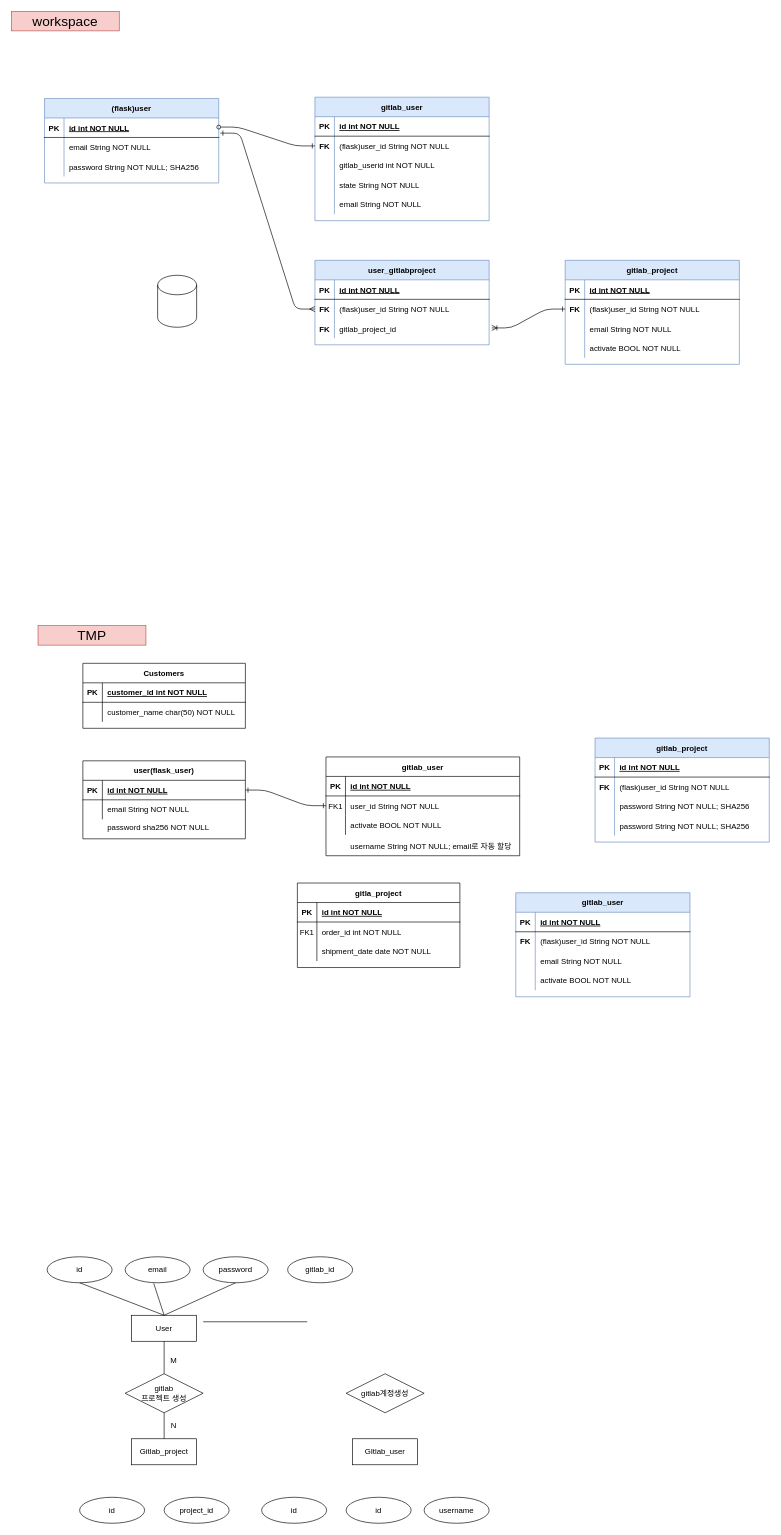
Before: SRM_project/documentation/entinity.drawio in choisungwook/portfolio, a draw.io diagram. Source tidied: cells renumbered, new cells numbered last; positions are measured from the earlier drawing's top-left corner, leaving out a move shared by most shapes. Both pictures are drawn from the tidied source at 65%, with x=0, y=0 at pixel (11, 11).
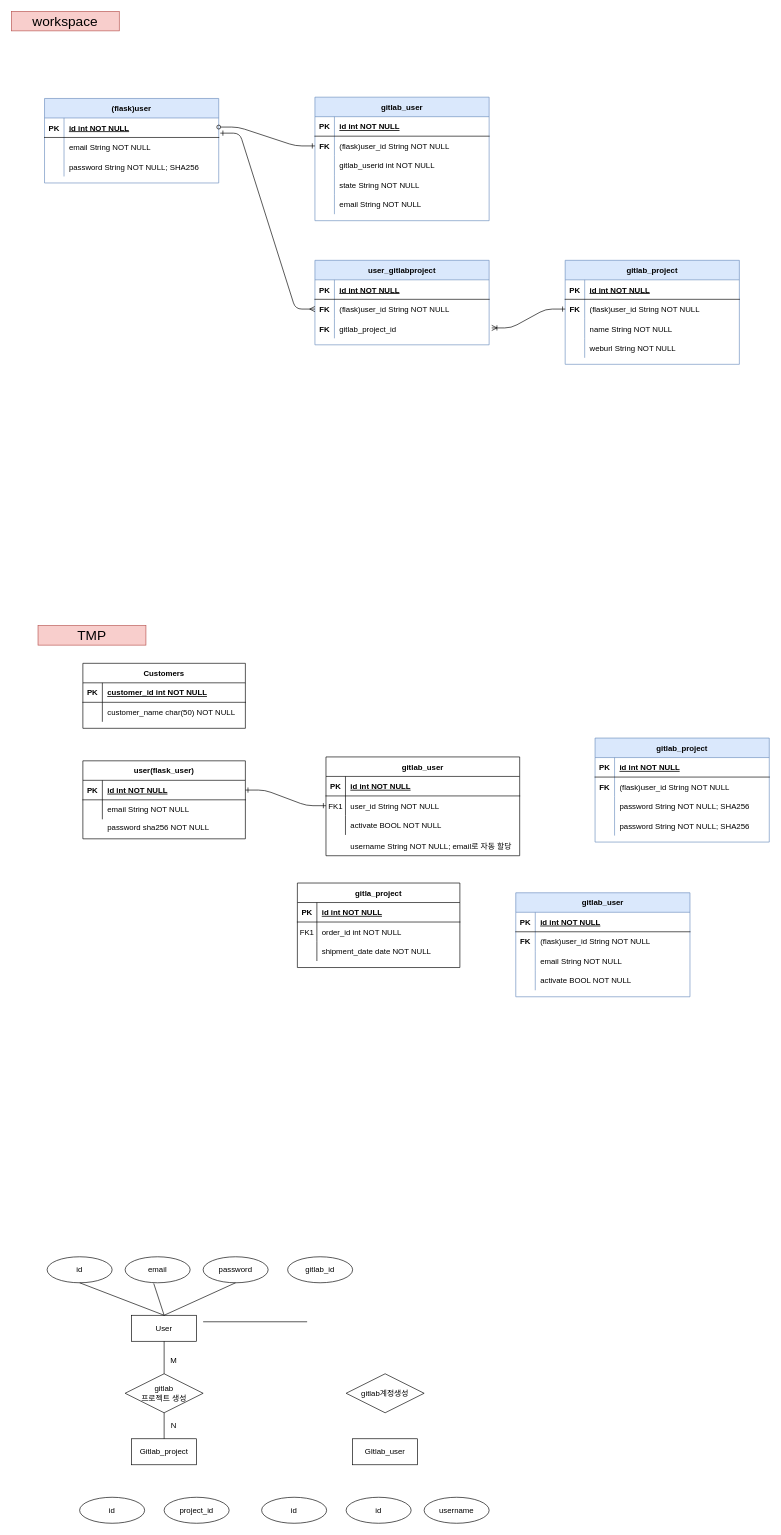
Above is the later version.

Commit message:
SRM Project: DB 모델링 파일 업데이트

Unchanged cells that the change refers to:
```xml
<mxCell id="122" style="shape=partialRectangle;fillColor=none;top=0;left=0;bottom=0;right=0;" parent="115" vertex="1">
  <mxGeometry y="90" width="268" height="30" as="geometry" />
</mxCell>
<mxCell id="125" style="shape=partialRectangle;fillColor=none;top=0;left=0;bottom=0;right=0;" parent="115" vertex="1">
  <mxGeometry y="120" width="268" height="30" as="geometry" />
</mxCell>
```

The edit, as a diff of the source:
```diff
@@
-    <mxCell id="124" value="email String NOT NULL " style="shape=partialRectangle;fillColor=none;top=0;left=0;bottom=0;right=0;align=left;spacingLeft=6;overflow=hidden;" parent="122" vertex="1">
+    <mxCell id="124" value="name String NOT NULL " style="shape=partialRectangle;fillColor=none;top=0;left=0;bottom=0;right=0;align=left;spacingLeft=6;overflow=hidden;" parent="122" vertex="1">
       <mxGeometry x="30" width="238" height="30" as="geometry" />
     </mxCell>
@@
-    <mxCell id="127" value="activate BOOL NOT NULL" style="shape=partialRectangle;fillColor=none;top=0;left=0;bottom=0;right=0;align=left;spacingLeft=6;overflow=hidden;" parent="125" vertex="1">
-      <mxGeometry x="30" width="238" height="30" as="geometry" />
-    </mxCell>
+    <mxCell id="142" value="weburl String NOT NULL " style="shape=partialRectangle;fillColor=none;top=0;left=0;bottom=0;right=0;align=left;spacingLeft=6;overflow=hidden;" parent="125" vertex="1">
+      <mxGeometry x="30" width="238" height="30" as="geometry" />
+    </mxCell>
@@
-    <mxCell id="141" style="shape=cylinder3;whiteSpace=wrap;html=1;boundedLbl=1;backgroundOutline=1;size=15;fontSize=21;" parent="1" vertex="1">
-      <mxGeometry x="225" y="406" width="60" height="80" as="geometry" />
-    </mxCell>
```
